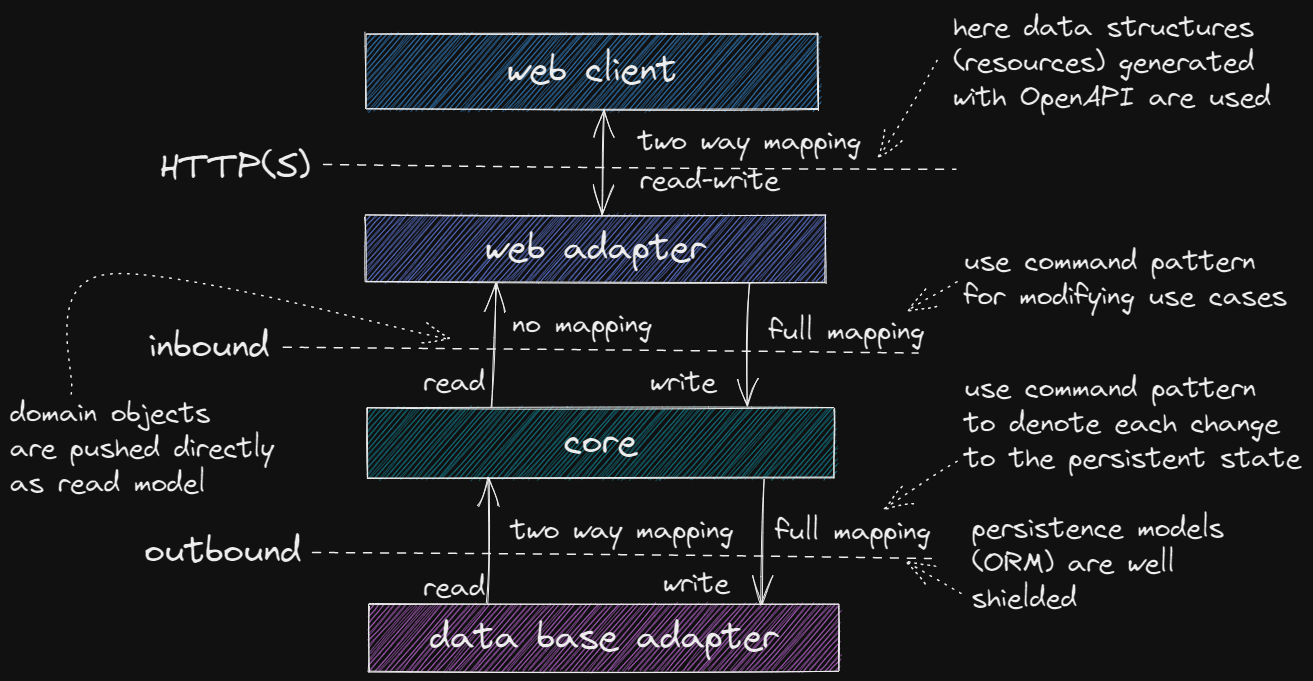
Above: assets/mapping-example-event-sourcing.excalidraw.png in hex-arch-training/hex-arch-training.github.io (Excalidraw), before the change. Source tidied: one line per element, renumbered; positions are measured from the earlier drawing's top-left corner, leaving out a move shared by most shapes.
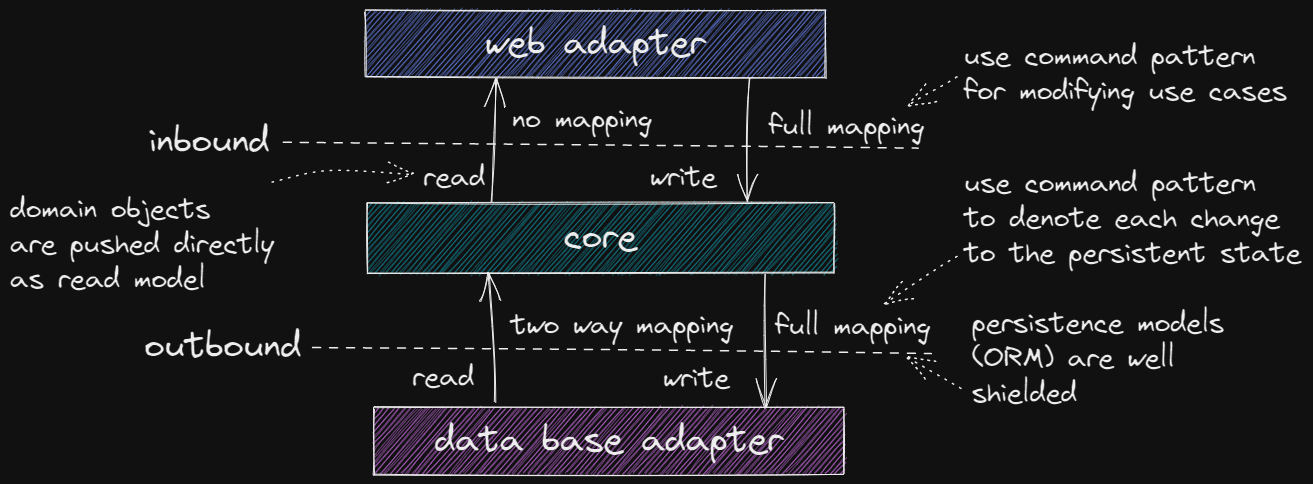
The same file after the commit.

Commit message:
fix in mapping examples

Diff of the diagram source:
```diff
@@ -6,29 +6,20 @@
 {"id": 5, "type": "line", "strokeColor": "#000000", "strokeWidth": 1, "strokeStyle": "dashed", "roughness": 1, "x": 303, "y": 542, "width": 619, "height": 6, "points": [[0, 0], [619, 6]]}
 {"id": 6, "type": "rectangle", "strokeColor": "#000000", "backgroundColor": "#4c6ef5", "fillStyle": "hachure", "strokeWidth": 1, "roughness": 1, "x": 355, "y": 205, "width": 460, "height": 67}
 {"id": 7, "type": "text", "text": "web adapter", "strokeColor": "#000000", "strokeWidth": 1, "roughness": 1, "fontSize": 36, "fontFamily": 1, "textAlign": "center", "verticalAlign": "middle", "inside": 6, "x": 474, "y": 216, "width": 222, "height": 45}
-{"id": 8, "type": "rectangle", "strokeColor": "#000000", "backgroundColor": "#be4bdb", "fillStyle": "hachure", "strokeWidth": 1, "roughness": 1, "x": 359, "y": 594, "width": 470, "height": 67}
+{"id": 8, "type": "rectangle", "strokeColor": "#000000", "backgroundColor": "#be4bdb", "fillStyle": "hachure", "strokeWidth": 1, "roughness": 1, "x": 364, "y": 602, "width": 470, "height": 67}
-{"id": 9, "type": "text", "text": "data base adapter", "strokeColor": "#000000", "strokeWidth": 1, "roughness": 1, "fontSize": 36, "fontFamily": 1, "textAlign": "center", "verticalAlign": "middle", "inside": 8, "x": 419, "y": 605, "width": 350, "height": 45}
+{"id": 9, "type": "text", "text": "data base adapter", "strokeColor": "#000000", "strokeWidth": 1, "roughness": 1, "fontSize": 36, "fontFamily": 1, "textAlign": "center", "verticalAlign": "middle", "inside": 8, "x": 424, "y": 613, "width": 350, "height": 45}
-{"id": 10, "type": "arrow", "strokeColor": "#000000", "strokeWidth": 1, "roughness": 1, "endArrowhead": "arrow", "from": 18, "to": 0, "x": 478, "y": 594, "width": 1, "height": 125, "points": [[0, 0], [1, -125]]}
+{"id": 10, "type": "arrow", "strokeColor": "#000000", "strokeWidth": 1, "roughness": 1, "endArrowhead": "arrow", "from": 8, "to": 0, "x": 486, "y": 598, "width": 7, "height": 129, "points": [[0, 0], [-7, -129]]}
 {"id": 11, "type": "arrow", "strokeColor": "#000000", "strokeWidth": 1, "roughness": 1, "endArrowhead": "arrow", "from": 0, "to": 6, "x": 482, "y": 397, "width": 5, "height": 124, "points": [[0, 0], [5, -124]]}
 {"id": 12, "type": "arrow", "strokeColor": "#000000", "strokeWidth": 1, "roughness": 1, "endArrowhead": "arrow", "from": 6, "to": 0, "x": 739, "y": 273, "width": 2, "height": 124, "points": [[0, 0], [-2, 124]]}
-{"id": 13, "type": "arrow", "strokeColor": "#000000", "strokeWidth": 1, "roughness": 1, "endArrowhead": "arrow", "from": 0, "to": 8, "x": 754, "y": 470, "width": 1, "height": 124, "points": [[0, 0], [-1, 124]]}
+{"id": 13, "type": "arrow", "strokeColor": "#000000", "strokeWidth": 1, "roughness": 1, "endArrowhead": "arrow", "from": 0, "to": 8, "x": 755, "y": 470, "width": 2, "height": 132, "points": [[0, 0], [2, 132]]}
 {"id": 14, "type": "text", "text": "full mapping", "strokeColor": "#000000", "strokeWidth": 1, "roughness": 1, "fontSize": 28, "fontFamily": 1, "x": 765, "y": 504, "width": 157, "height": 35}
 {"id": 15, "type": "text", "text": "two way mapping", "strokeColor": "#000000", "strokeWidth": 1, "roughness": 1, "fontSize": 28, "fontFamily": 1, "x": 501, "y": 503, "width": 225, "height": 35}
 {"id": 16, "type": "text", "text": "no mapping", "strokeColor": "#000000", "strokeWidth": 1, "roughness": 1, "fontSize": 28, "fontFamily": 1, "x": 502, "y": 297, "width": 142, "height": 35}
 {"id": 17, "type": "text", "text": "full mapping", "strokeColor": "#000000", "strokeWidth": 1, "roughness": 1, "fontSize": 28, "fontFamily": 1, "x": 759, "y": 304, "width": 157, "height": 35}
-{"id": 18, "type": "text", "text": "read", "strokeColor": "#000000", "strokeWidth": 1, "roughness": 1, "fontSize": 28, "fontFamily": 1, "x": 413, "y": 560, "width": 64, "height": 35}
+{"id": 18, "type": "text", "text": "read", "strokeColor": "#000000", "strokeWidth": 1, "roughness": 1, "fontSize": 28, "fontFamily": 1, "x": 402, "y": 555, "width": 64, "height": 35}
 {"id": 19, "type": "text", "text": "read", "strokeColor": "#000000", "strokeWidth": 1, "roughness": 1, "fontSize": 28, "fontFamily": 1, "x": 413, "y": 355, "width": 64, "height": 35}
 {"id": 20, "type": "text", "text": "write", "strokeColor": "#000000", "strokeWidth": 1, "roughness": 1, "fontSize": 28, "fontFamily": 1, "x": 640, "y": 355, "width": 68, "height": 35}
 {"id": 21, "type": "text", "text": "write", "strokeColor": "#000000", "strokeWidth": 1, "roughness": 1, "fontSize": 28, "fontFamily": 1, "x": 653, "y": 556, "width": 68, "height": 35}
-{"id": 22, "type": "rectangle", "strokeColor": "#000000", "backgroundColor": "#228be6", "fillStyle": "hachure", "strokeWidth": 1, "roughness": 1, "x": 356, "y": 24, "width": 452, "height": 75}
-{"id": 23, "type": "text", "text": "web client", "strokeColor": "#000000", "strokeWidth": 1, "roughness": 1, "fontSize": 36, "fontFamily": 1, "textAlign": "center", "verticalAlign": "middle", "inside": 22, "x": 496, "y": 38, "width": 172, "height": 45}
-{"id": 24, "type": "arrow", "strokeColor": "#000000", "strokeWidth": 1, "roughness": 1, "startArrowhead": "arrow", "endArrowhead": "arrow", "from": 22, "to": 6, "x": 593, "y": 101, "width": 1, "height": 103, "points": [[0, 0], [-1, 103]]}
-{"id": 25, "type": "text", "text": "HTTP(S)", "strokeColor": "#000000", "strokeWidth": 1, "roughness": 1, "fontSize": 36, "fontFamily": 1, "x": 150, "y": 135, "width": 153, "height": 45}
-{"id": 26, "type": "line", "strokeColor": "#000000", "strokeWidth": 1, "strokeStyle": "dashed", "roughness": 1, "x": 314, "y": 154, "width": 631, "height": 4, "points": [[0, 0], [631, 4]]}
-{"id": 27, "type": "text", "text": "two way mapping", "strokeColor": "#000000", "strokeWidth": 1, "strokeStyle": "dashed", "roughness": 1, "fontSize": 28, "fontFamily": 1, "x": 628, "y": 114, "width": 225, "height": 35}
-{"id": 28, "type": "text", "text": "read-write", "strokeColor": "#000000", "strokeWidth": 1, "strokeStyle": "dashed", "roughness": 1, "fontSize": 28, "fontFamily": 1, "x": 630, "y": 153, "width": 142, "height": 35}
-{"id": 29, "type": "text", "text": "here data structures\n(resources) generated \nwith OpenAPI are used", "strokeColor": "#000000", "strokeWidth": 1, "strokeStyle": "dashed", "roughness": 1, "fontSize": 28, "fontFamily": 1, "x": 943, "y": 0, "width": 320, "height": 105}
-{"id": 30, "type": "arrow", "strokeColor": "#000000", "strokeWidth": 1, "strokeStyle": "dotted", "roughness": 1, "endArrowhead": "arrow", "from": 29, "to": 27, "x": 927, "y": 49, "width": 59, "height": 100, "points": [[0, 0], [-59, 100]]}
 {"id": 31, "type": "text", "text": "use command pattern \nfor modifying use cases", "strokeColor": "#000000", "strokeWidth": 1, "strokeStyle": "dotted", "roughness": 1, "fontSize": 28, "fontFamily": 1, "x": 954, "y": 234, "width": 325, "height": 70}
 {"id": 32, "type": "arrow", "strokeColor": "#000000", "strokeWidth": 1, "strokeStyle": "dotted", "roughness": 1, "endArrowhead": "arrow", "from": 31, "to": 17, "x": 946, "y": 271, "width": 52, "height": 31, "points": [[0, 0], [-52, 31]]}
 {"id": 33, "type": "text", "text": "use command pattern\nto denote each change \nto the persistent state", "strokeColor": "#000000", "strokeWidth": 1, "strokeStyle": "dotted", "roughness": 1, "fontSize": 28, "fontFamily": 1, "x": 954, "y": 361, "width": 339, "height": 105}
@@ -36,4 +27,4 @@
 {"id": 35, "type": "text", "text": "persistence models\n(ORM) are well\nshielded", "strokeColor": "#000000", "strokeWidth": 1, "strokeStyle": "dotted", "roughness": 1, "fontSize": 28, "fontFamily": 1, "x": 962, "y": 501, "width": 253, "height": 105}
 {"id": 36, "type": "arrow", "strokeColor": "#000000", "strokeWidth": 1, "strokeStyle": "dotted", "roughness": 1, "endArrowhead": "arrow", "from": 35, "to": 14, "x": 951, "y": 584, "width": 54, "height": 32, "points": [[0, 0], [-54, -32]]}
 {"id": 37, "type": "text", "text": "domain objects\nare pushed directly\nas read model", "strokeColor": "#000000", "strokeWidth": 1, "strokeStyle": "dotted", "roughness": 1, "fontSize": 28, "fontFamily": 1, "x": 0, "y": 386, "width": 265, "height": 105}
-{"id": 38, "type": "arrow", "strokeColor": "#000000", "strokeWidth": 1, "strokeStyle": "dotted", "roughness": 1, "endArrowhead": "arrow", "from": 37, "x": 62, "y": 383, "width": 378, "height": 119, "points": [[0, 0], [34, -119], [378, -53]]}
+{"id": 38, "type": "arrow", "strokeColor": "#000000", "strokeWidth": 1, "strokeStyle": "dotted", "roughness": 1, "endArrowhead": "arrow", "from": 37, "to": 19, "x": 263, "y": 376, "width": 141, "height": 11, "points": [[0, 0], [56, -11], [141, -6]]}
```
